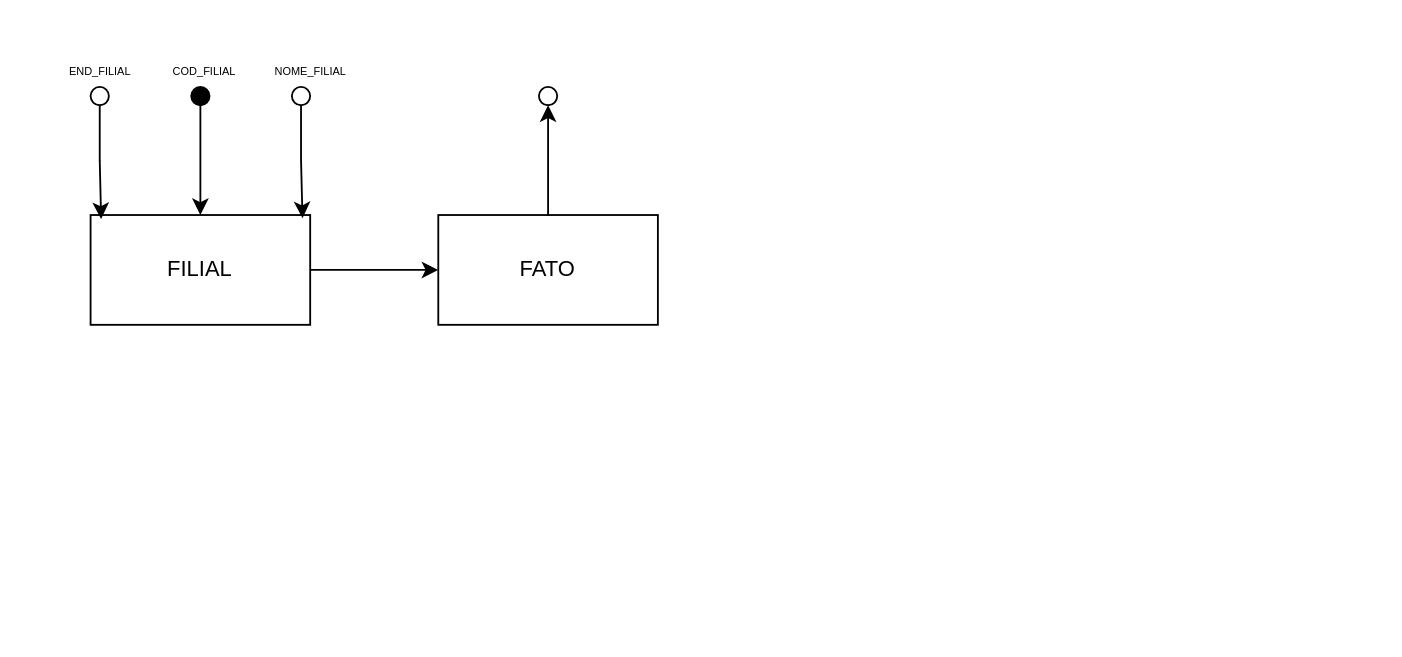
The draw.io diagram Diagrama sem nome.drawio in DiegoAlexMR/Faculdade, before the edit. Source tidied: cells renumbered, new cells numbered last; positions are measured from the earlier drawing's top-left corner, leaving out a move shared by most shapes. Both pictures are drawn from the tidied source at 183%, with x=0, y=0 at pixel (44, 40).
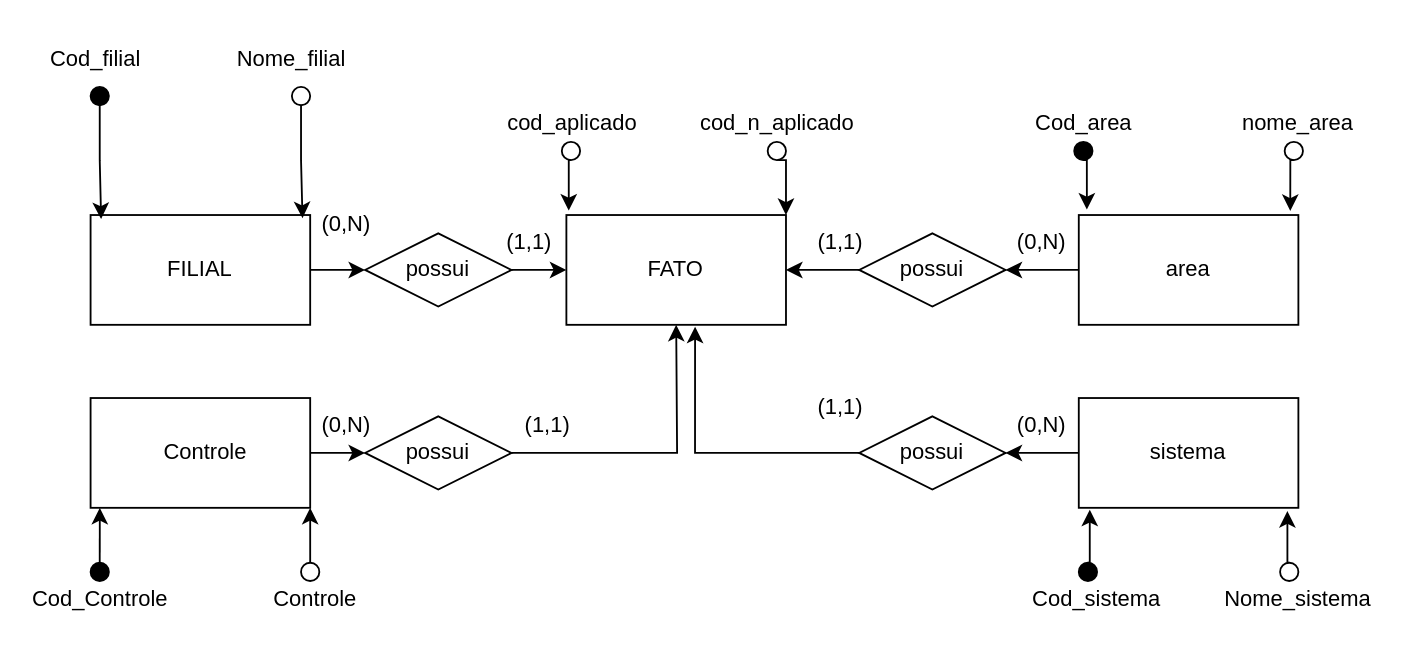
After the change.

Commit message:
Banco de dados

Diff of the diagram source:
```diff
@@
-    <mxCell id="2" style="edgeStyle=orthogonalEdgeStyle;rounded=0;jettySize=auto;html=1;exitX=1;exitY=0.5;exitDx=0;exitDy=0;" parent="1" edge="1" source="3" target="14">
-      <mxGeometry relative="1" as="geometry" />
-    </mxCell>
+    <mxCell id="16" style="edgeStyle=orthogonalEdgeStyle;rounded=0;jettySize=auto;html=1;labelBackgroundColor=none;fontColor=default;" parent="1" edge="1" source="3" target="20">
+      <mxGeometry relative="1" as="geometry" />
+    </mxCell>
-    <mxCell id="3" value="FILIAL" style="rounded=0;whiteSpace=wrap;html=1;" parent="1" vertex="1">
+    <mxCell id="3" value="FILIAL" style="rounded=0;whiteSpace=wrap;html=1;labelBackgroundColor=none;" parent="1" vertex="1">
       <mxGeometry x="25" y="95" width="120" height="60" as="geometry" />
     </mxCell>
-    <mxCell id="4" style="ellipse;whiteSpace=wrap;html=1;" parent="1" vertex="1">
+    <mxCell id="4" style="ellipse;whiteSpace=wrap;html=1;labelBackgroundColor=none;fillColor=#000000;" parent="1" vertex="1">
       <mxGeometry x="25" y="25" width="10" height="10" as="geometry" />
     </mxCell>
-    <mxCell id="5" style="edgeStyle=orthogonalEdgeStyle;rounded=0;jettySize=auto;html=1;" parent="1" edge="1" source="6" target="3">
-      <mxGeometry relative="1" as="geometry" />
-    </mxCell>
-    <mxCell id="6" style="ellipse;whiteSpace=wrap;html=1;shadow=0;fillColor=#000000;" parent="1" vertex="1">
-      <mxGeometry x="80" y="25" width="10" height="10" as="geometry" />
-    </mxCell>
-    <mxCell id="7" style="ellipse;whiteSpace=wrap;html=1;" parent="1" vertex="1">
+    <mxCell id="7" style="ellipse;whiteSpace=wrap;html=1;labelBackgroundColor=none;" parent="1" vertex="1">
       <mxGeometry x="135" y="25" width="10" height="10" as="geometry" />
     </mxCell>
-    <mxCell id="8" style="edgeStyle=orthogonalEdgeStyle;rounded=0;jettySize=auto;html=1;exitX=0.5;exitY=1;exitDx=0;exitDy=0;entryX=0.965;entryY=0.029;entryDx=0;entryDy=0;entryPerimeter=0;" parent="1" edge="1" source="7" target="3">
+    <mxCell id="8" style="edgeStyle=orthogonalEdgeStyle;rounded=0;jettySize=auto;html=1;exitX=0.5;exitY=1;exitDx=0;exitDy=0;entryX=0.965;entryY=0.029;entryDx=0;entryDy=0;entryPerimeter=0;labelBackgroundColor=none;fontColor=default;" parent="1" edge="1" source="7" target="3">
       <mxGeometry relative="1" as="geometry" />
     </mxCell>
-    <mxCell id="9" style="edgeStyle=orthogonalEdgeStyle;rounded=0;jettySize=auto;html=1;exitX=0.5;exitY=1;exitDx=0;exitDy=0;entryX=0.048;entryY=0.037;entryDx=0;entryDy=0;entryPerimeter=0;" parent="1" edge="1" source="4" target="3">
+    <mxCell id="9" style="edgeStyle=orthogonalEdgeStyle;rounded=0;jettySize=auto;html=1;exitX=0.5;exitY=1;exitDx=0;exitDy=0;entryX=0.048;entryY=0.037;entryDx=0;entryDy=0;entryPerimeter=0;labelBackgroundColor=none;fontColor=default;" parent="1" edge="1" source="4" target="3">
       <mxGeometry relative="1" as="geometry">
         <Array as="points">
           <mxPoint x="30" y="65" />
           <mxPoint x="31" y="65" />
         </Array>
       </mxGeometry>
     </mxCell>
-    <mxCell id="10" value="&lt;font style=&quot;font-size: 6px;&quot;&gt;COD_FILIAL&lt;/font&gt;" style="text;strokeColor=none;align=center;fillColor=none;html=1;verticalAlign=middle;whiteSpace=wrap;rounded=0;" parent="1" vertex="1">
-      <mxGeometry x="70" y="5" width="35" height="20" as="geometry" />
-    </mxCell>
-    <mxCell id="11" value="&lt;font style=&quot;font-size: 6px;&quot;&gt;NOME_FILIAL&lt;/font&gt;" style="text;html=1;align=center;verticalAlign=middle;strokeColor=none;fillColor=none;" parent="1" vertex="1">
-      <mxGeometry x="115" width="60" height="30" as="geometry" />
-    </mxCell>
-    <mxCell id="12" value="&lt;font style=&quot;font-size: 6px;&quot;&gt;END_FILIAL&lt;/font&gt;" style="text;html=1;align=center;verticalAlign=middle;strokeColor=none;fillColor=none;" parent="1" vertex="1">
-      <mxGeometry width="60" height="30" as="geometry" />
-    </mxCell>
-    <mxCell id="13" style="edgeStyle=orthogonalEdgeStyle;rounded=0;jettySize=auto;html=1;" parent="1" edge="1" source="14" target="15">
-      <mxGeometry relative="1" as="geometry" />
-    </mxCell>
-    <mxCell id="14" value="FATO" style="rounded=0;whiteSpace=wrap;html=1;" parent="1" vertex="1">
-      <mxGeometry x="215" y="95" width="120" height="60" as="geometry" />
+    <mxCell id="14" value="FATO" style="rounded=0;whiteSpace=wrap;html=1;labelBackgroundColor=none;" parent="1" vertex="1">
+      <mxGeometry x="285" y="95" width="120" height="60" as="geometry" />
     </mxCell>
-    <mxCell id="15" style="ellipse;whiteSpace=wrap;html=1;rounded=0;" parent="1" vertex="1">
-      <mxGeometry x="270" y="25" width="10" height="10" as="geometry" />
-    </mxCell>
+    <mxCell id="17" style="edgeStyle=orthogonalEdgeStyle;rounded=0;jettySize=auto;html=1;exitX=1;exitY=0.5;exitDx=0;exitDy=0;entryX=0;entryY=0.5;entryDx=0;entryDy=0;labelBackgroundColor=none;fontColor=default;" parent="1" edge="1" source="18" target="22">
+      <mxGeometry relative="1" as="geometry" />
+    </mxCell>
+    <mxCell id="18" style="rounded=0;whiteSpace=wrap;html=1;labelBackgroundColor=none;" parent="1" vertex="1">
+      <mxGeometry x="25" y="195" width="120" height="60" as="geometry" />
+    </mxCell>
+    <mxCell id="19" style="edgeStyle=orthogonalEdgeStyle;rounded=0;jettySize=auto;html=1;labelBackgroundColor=none;fontColor=default;" parent="1" edge="1" source="20" target="14">
+      <mxGeometry relative="1" as="geometry" />
+    </mxCell>
+    <mxCell id="20" style="rhombus;whiteSpace=wrap;html=1;labelBackgroundColor=none;" parent="1" vertex="1">
+      <mxGeometry x="175" y="105" width="80" height="40" as="geometry" />
+    </mxCell>
+    <mxCell id="21" style="edgeStyle=orthogonalEdgeStyle;rounded=0;jettySize=auto;html=1;exitX=1;exitY=0.5;exitDx=0;exitDy=0;" parent="1" edge="1" source="22">
+      <mxGeometry relative="1" as="geometry">
+        <mxPoint x="345" y="155" as="targetPoint" />
+      </mxGeometry>
+    </mxCell>
+    <mxCell id="22" style="rhombus;whiteSpace=wrap;html=1;labelBackgroundColor=none;" parent="1" vertex="1">
+      <mxGeometry x="175" y="205" width="80" height="40" as="geometry" />
+    </mxCell>
+    <mxCell id="23" style="edgeStyle=orthogonalEdgeStyle;rounded=0;jettySize=auto;html=1;exitX=0;exitY=0.5;exitDx=0;exitDy=0;entryX=1;entryY=0.5;entryDx=0;entryDy=0;labelBackgroundColor=none;fontColor=default;" parent="1" edge="1" source="24" target="14">
+      <mxGeometry relative="1" as="geometry" />
+    </mxCell>
+    <mxCell id="24" style="rhombus;whiteSpace=wrap;html=1;labelBackgroundColor=none;" parent="1" vertex="1">
+      <mxGeometry x="445" y="105" width="80" height="40" as="geometry" />
+    </mxCell>
+    <mxCell id="25" style="edgeStyle=orthogonalEdgeStyle;rounded=0;jettySize=auto;html=1;exitX=0;exitY=0.5;exitDx=0;exitDy=0;labelBackgroundColor=none;fontColor=default;" parent="1" edge="1" source="26" target="24">
+      <mxGeometry relative="1" as="geometry" />
+    </mxCell>
+    <mxCell id="26" style="rounded=0;whiteSpace=wrap;html=1;labelBackgroundColor=none;" parent="1" vertex="1">
+      <mxGeometry x="565" y="95" width="120" height="60" as="geometry" />
+    </mxCell>
+    <mxCell id="27" style="rhombus;whiteSpace=wrap;html=1;labelBackgroundColor=none;" parent="1" vertex="1">
+      <mxGeometry x="445" y="205" width="80" height="40" as="geometry" />
+    </mxCell>
+    <mxCell id="28" style="edgeStyle=orthogonalEdgeStyle;rounded=0;jettySize=auto;html=1;labelBackgroundColor=none;fontColor=default;" parent="1" edge="1" source="29" target="27">
+      <mxGeometry relative="1" as="geometry" />
+    </mxCell>
+    <mxCell id="29" style="rounded=0;whiteSpace=wrap;html=1;labelBackgroundColor=none;" parent="1" vertex="1">
+      <mxGeometry x="565" y="195" width="120" height="60" as="geometry" />
+    </mxCell>
+    <mxCell id="30" value="Controle" style="text;html=1;align=center;verticalAlign=middle;whiteSpace=wrap;rounded=0;labelBackgroundColor=none;" parent="1" vertex="1">
+      <mxGeometry x="57.5" y="210" width="60" height="30" as="geometry" />
+    </mxCell>
+    <mxCell id="31" value="sistema" style="text;html=1;align=center;verticalAlign=middle;whiteSpace=wrap;rounded=0;labelBackgroundColor=none;" parent="1" vertex="1">
+      <mxGeometry x="595" y="210" width="60" height="30" as="geometry" />
+    </mxCell>
+    <mxCell id="32" value="area" style="text;html=1;align=center;verticalAlign=middle;whiteSpace=wrap;rounded=0;labelBackgroundColor=none;" parent="1" vertex="1">
+      <mxGeometry x="595" y="110" width="60" height="30" as="geometry" />
+    </mxCell>
+    <mxCell id="33" value="(0,N)" style="text;html=1;align=center;verticalAlign=middle;whiteSpace=wrap;rounded=0;" parent="1" vertex="1">
+      <mxGeometry x="135" y="85" width="60" height="30" as="geometry" />
+    </mxCell>
+    <mxCell id="34" value="(0,N)" style="text;html=1;align=center;verticalAlign=middle;whiteSpace=wrap;rounded=0;" parent="1" vertex="1">
+      <mxGeometry x="515" y="95" width="60" height="30" as="geometry" />
+    </mxCell>
+    <mxCell id="35" value="(1,1)" style="text;html=1;align=center;verticalAlign=middle;whiteSpace=wrap;rounded=0;" parent="1" vertex="1">
+      <mxGeometry x="235" y="95" width="60" height="30" as="geometry" />
+    </mxCell>
+    <mxCell id="36" value="(1,1)" style="text;html=1;align=center;verticalAlign=middle;whiteSpace=wrap;rounded=0;" parent="1" vertex="1">
+      <mxGeometry x="405" y="95" width="60" height="30" as="geometry" />
+    </mxCell>
+    <mxCell id="37" value="(1,1)" style="text;html=1;align=center;verticalAlign=middle;whiteSpace=wrap;rounded=0;" parent="1" vertex="1">
+      <mxGeometry x="405" y="185" width="60" height="30" as="geometry" />
+    </mxCell>
+    <mxCell id="38" value="(1,1)" style="text;html=1;align=center;verticalAlign=middle;whiteSpace=wrap;rounded=0;" parent="1" vertex="1">
+      <mxGeometry x="245" y="195" width="60" height="30" as="geometry" />
+    </mxCell>
+    <mxCell id="39" value="(0,N)" style="text;html=1;align=center;verticalAlign=middle;whiteSpace=wrap;rounded=0;" parent="1" vertex="1">
+      <mxGeometry x="135" y="195" width="60" height="30" as="geometry" />
+    </mxCell>
+    <mxCell id="40" value="(0,N)" style="text;html=1;align=center;verticalAlign=middle;whiteSpace=wrap;rounded=0;" parent="1" vertex="1">
+      <mxGeometry x="515" y="195" width="60" height="30" as="geometry" />
+    </mxCell>
+    <mxCell id="41" value="possui" style="text;html=1;align=center;verticalAlign=middle;whiteSpace=wrap;rounded=0;" parent="1" vertex="1">
+      <mxGeometry x="185" y="210" width="60" height="30" as="geometry" />
+    </mxCell>
+    <mxCell id="42" value="possui" style="text;html=1;align=center;verticalAlign=middle;whiteSpace=wrap;rounded=0;" parent="1" vertex="1">
+      <mxGeometry x="185" y="110" width="60" height="30" as="geometry" />
+    </mxCell>
+    <mxCell id="43" value="possui" style="text;html=1;align=center;verticalAlign=middle;whiteSpace=wrap;rounded=0;" parent="1" vertex="1">
+      <mxGeometry x="455" y="210" width="60" height="30" as="geometry" />
+    </mxCell>
+    <mxCell id="44" value="possui" style="text;html=1;align=center;verticalAlign=middle;whiteSpace=wrap;rounded=0;" parent="1" vertex="1">
+      <mxGeometry x="455" y="110" width="60" height="30" as="geometry" />
+    </mxCell>
+    <mxCell id="45" style="ellipse;whiteSpace=wrap;html=1;labelBackgroundColor=none;fillColor=#000000;" parent="1" vertex="1">
+      <mxGeometry x="25" y="285" width="10" height="10" as="geometry" />
+    </mxCell>
+    <mxCell id="46" style="edgeStyle=orthogonalEdgeStyle;rounded=0;jettySize=auto;html=1;exitX=0.5;exitY=0;exitDx=0;exitDy=0;entryX=0.042;entryY=1;entryDx=0;entryDy=0;entryPerimeter=0;" parent="1" edge="1" source="45" target="18">
+      <mxGeometry relative="1" as="geometry" />
+    </mxCell>
+    <mxCell id="47" style="edgeStyle=orthogonalEdgeStyle;rounded=0;jettySize=auto;html=1;exitX=0.5;exitY=0;exitDx=0;exitDy=0;entryX=1;entryY=1;entryDx=0;entryDy=0;" parent="1" edge="1" source="48" target="18">
+      <mxGeometry relative="1" as="geometry" />
+    </mxCell>
+    <mxCell id="48" style="ellipse;whiteSpace=wrap;html=1;shadow=0;labelBackgroundColor=none;" parent="1" vertex="1">
+      <mxGeometry x="140" y="285" width="10" height="10" as="geometry" />
+    </mxCell>
+    <mxCell id="49" style="ellipse;whiteSpace=wrap;html=1;labelBackgroundColor=none;fillColor=#000000;" parent="1" vertex="1">
+      <mxGeometry x="565" y="285" width="10" height="10" as="geometry" />
+    </mxCell>
+    <mxCell id="50" style="edgeStyle=orthogonalEdgeStyle;rounded=0;jettySize=auto;html=1;exitX=0.5;exitY=0;exitDx=0;exitDy=0;entryX=0.95;entryY=1.03;entryDx=0;entryDy=0;entryPerimeter=0;" parent="1" edge="1" source="51" target="29">
+      <mxGeometry relative="1" as="geometry" />
+    </mxCell>
+    <mxCell id="51" style="ellipse;whiteSpace=wrap;html=1;shadow=0;labelBackgroundColor=none;" parent="1" vertex="1">
+      <mxGeometry x="675" y="285" width="10" height="10" as="geometry" />
+    </mxCell>
+    <mxCell id="52" style="ellipse;whiteSpace=wrap;html=1;labelBackgroundColor=none;fillColor=#000000;" parent="1" vertex="1">
+      <mxGeometry x="562.5" y="55" width="10" height="10" as="geometry" />
+    </mxCell>
+    <mxCell id="53" style="ellipse;whiteSpace=wrap;html=1;shadow=0;labelBackgroundColor=none;" parent="1" vertex="1">
+      <mxGeometry x="677.5" y="55" width="10" height="10" as="geometry" />
+    </mxCell>
+    <mxCell id="54" style="ellipse;whiteSpace=wrap;html=1;labelBackgroundColor=none;fillColor=#FFFFFF;" parent="1" vertex="1">
+      <mxGeometry x="282.5" y="55" width="10" height="10" as="geometry" />
+    </mxCell>
+    <mxCell id="55" style="edgeStyle=orthogonalEdgeStyle;rounded=0;jettySize=auto;html=1;exitX=0.5;exitY=1;exitDx=0;exitDy=0;entryX=1;entryY=0;entryDx=0;entryDy=0;" parent="1" edge="1" source="56" target="14">
+      <mxGeometry relative="1" as="geometry" />
+    </mxCell>
+    <mxCell id="56" style="ellipse;whiteSpace=wrap;html=1;shadow=0;labelBackgroundColor=none;" parent="1" vertex="1">
+      <mxGeometry x="395" y="55" width="10" height="10" as="geometry" />
+    </mxCell>
+    <mxCell id="57" style="edgeStyle=orthogonalEdgeStyle;rounded=0;jettySize=auto;html=1;exitX=0.5;exitY=1;exitDx=0;exitDy=0;entryX=0.855;entryY=-0.081;entryDx=0;entryDy=0;entryPerimeter=0;" parent="1" edge="1" source="54" target="35">
+      <mxGeometry relative="1" as="geometry" />
+    </mxCell>
+    <mxCell id="58" style="edgeStyle=orthogonalEdgeStyle;rounded=0;jettySize=auto;html=1;exitX=0.5;exitY=0;exitDx=0;exitDy=0;entryX=0.05;entryY=1.017;entryDx=0;entryDy=0;entryPerimeter=0;" parent="1" edge="1" source="49" target="29">
+      <mxGeometry relative="1" as="geometry" />
+    </mxCell>
+    <mxCell id="59" style="edgeStyle=orthogonalEdgeStyle;rounded=0;jettySize=auto;html=1;exitX=0.5;exitY=1;exitDx=0;exitDy=0;entryX=0.963;entryY=-0.037;entryDx=0;entryDy=0;entryPerimeter=0;" parent="1" edge="1" source="53" target="26">
+      <mxGeometry relative="1" as="geometry" />
+    </mxCell>
+    <mxCell id="60" style="edgeStyle=orthogonalEdgeStyle;rounded=0;jettySize=auto;html=1;exitX=0.5;exitY=1;exitDx=0;exitDy=0;entryX=0.907;entryY=-0.1;entryDx=0;entryDy=0;entryPerimeter=0;" parent="1" edge="1" source="52" target="34">
+      <mxGeometry relative="1" as="geometry" />
+    </mxCell>
+    <mxCell id="61" value="Cod_Controle" style="text;html=1;align=center;verticalAlign=middle;whiteSpace=wrap;rounded=0;" parent="1" vertex="1">
+      <mxGeometry x="12.5" y="295" width="35" height="20" as="geometry" />
+    </mxCell>
+    <mxCell id="62" value="Controle" style="text;html=1;align=center;verticalAlign=middle;whiteSpace=wrap;rounded=0;" parent="1" vertex="1">
+      <mxGeometry x="117.5" y="290" width="60" height="30" as="geometry" />
+    </mxCell>
+    <mxCell id="63" value="&lt;div&gt;Cod_area&lt;/div&gt;" style="text;html=1;align=center;verticalAlign=middle;whiteSpace=wrap;rounded=0;" parent="1" vertex="1">
+      <mxGeometry x="537.5" y="30" width="60" height="30" as="geometry" />
+    </mxCell>
+    <mxCell id="64" value="nome_area" style="text;html=1;align=center;verticalAlign=middle;whiteSpace=wrap;rounded=0;" parent="1" vertex="1">
+      <mxGeometry x="655" y="30" width="60" height="30" as="geometry" />
+    </mxCell>
+    <mxCell id="65" value="Cod_sistema" style="text;html=1;align=center;verticalAlign=middle;whiteSpace=wrap;rounded=0;" parent="1" vertex="1">
+      <mxGeometry x="545" y="290" width="60" height="30" as="geometry" />
+    </mxCell>
+    <mxCell id="66" value="Nome_sistema" style="text;html=1;align=center;verticalAlign=middle;whiteSpace=wrap;rounded=0;" parent="1" vertex="1">
+      <mxGeometry x="655" y="290" width="60" height="30" as="geometry" />
+    </mxCell>
+    <mxCell id="67" value="Cod_filial" style="text;html=1;align=center;verticalAlign=middle;whiteSpace=wrap;rounded=0;" parent="1" vertex="1">
+      <mxGeometry x="-2.5" y="-5" width="60" height="30" as="geometry" />
+    </mxCell>
+    <mxCell id="68" value="Nome_filial" style="text;html=1;align=center;verticalAlign=middle;whiteSpace=wrap;rounded=0;" parent="1" vertex="1">
+      <mxGeometry x="105" y="-5" width="60" height="30" as="geometry" />
+    </mxCell>
+    <mxCell id="69" value="&lt;div&gt;cod_aplicado&lt;/div&gt;" style="text;html=1;align=center;verticalAlign=middle;strokeColor=none;fillColor=none;" parent="1" vertex="1">
+      <mxGeometry x="242.5" y="30" width="90" height="30" as="geometry" />
+    </mxCell>
+    <mxCell id="70" value="cod_n_aplicado" style="text;html=1;align=center;verticalAlign=middle;strokeColor=none;fillColor=none;" parent="1" vertex="1">
+      <mxGeometry x="345" y="30" width="110" height="30" as="geometry" />
+    </mxCell>
+    <mxCell id="71" style="edgeStyle=orthogonalEdgeStyle;rounded=0;jettySize=auto;html=1;exitX=0;exitY=0.5;exitDx=0;exitDy=0;entryX=0.586;entryY=1.017;entryDx=0;entryDy=0;entryPerimeter=0;" parent="1" edge="1" source="27" target="14">
+      <mxGeometry relative="1" as="geometry" />
+    </mxCell>
```
